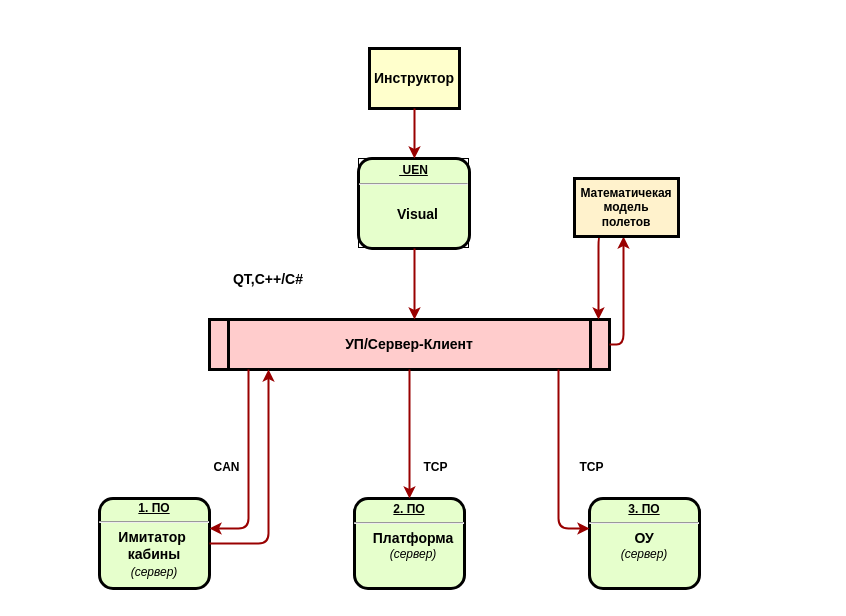
Before: Untitled Diagram.drawio in Khalmatay/black-hole2, a draw.io diagram. Source tidied: cells renumbered, new cells numbered last; positions are measured from the earlier drawing's top-left corner, leaving out a move shared by most shapes. Both pictures are drawn from the tidied source at 100%, with x=0, y=0 at pixel (99, 48).
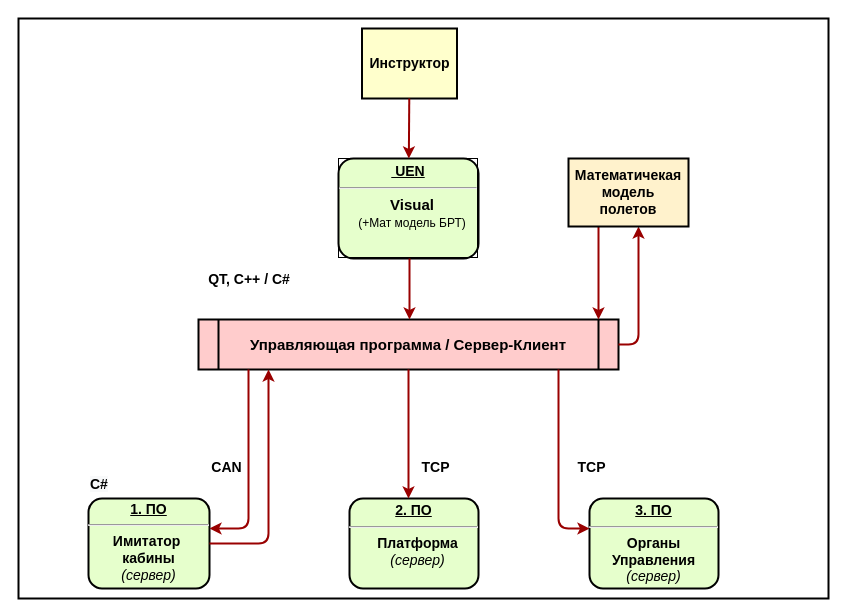
Above is the later version.

Diff of the diagram source:
```diff
@@
-    <mxCell id="2" value="&lt;p style=&quot;margin: 0px; margin-top: 4px; text-align: center; text-decoration: underline;&quot;&gt;&lt;strong&gt;&amp;nbsp;UEN&lt;/strong&gt;&lt;/p&gt;&lt;hr&gt;&lt;p style=&quot;margin: 0px; margin-left: 8px;&quot;&gt;&lt;br&gt;&lt;/p&gt;&lt;p style=&quot;margin: 0px; margin-left: 8px;&quot;&gt;&lt;span style=&quot;font-size: 14px;&quot;&gt;Visual&lt;/span&gt;&lt;br&gt;&lt;/p&gt;" style="verticalAlign=middle;align=center;overflow=fill;fontSize=12;fontFamily=Helvetica;html=1;rounded=1;fontStyle=1;strokeWidth=3;fillColor=#E6FFCC;spacingLeft=0;labelBorderColor=default;" parent="1" vertex="1">
-      <mxGeometry x="259" y="110" width="111" height="90" as="geometry" />
+    <mxCell id="2" value="&lt;p style=&quot;margin: 4px 0px 0px; text-align: center; text-decoration: underline; font-size: 14px;&quot;&gt;&lt;strong style=&quot;font-size: 14px;&quot;&gt;&amp;nbsp;UEN&lt;/strong&gt;&lt;/p&gt;&lt;hr style=&quot;font-size: 14px;&quot;&gt;&lt;p style=&quot;margin: 0px 0px 0px 8px;&quot;&gt;&lt;span style=&quot;background-color: initial;&quot;&gt;&lt;font style=&quot;font-size: 15px;&quot;&gt;Visual&lt;/font&gt;&lt;/span&gt;&lt;br style=&quot;font-size: 14px;&quot;&gt;&lt;/p&gt;&lt;p style=&quot;margin: 0px 0px 0px 8px;&quot;&gt;&lt;span style=&quot;background-color: initial; font-weight: normal;&quot;&gt;&lt;font style=&quot;font-size: 12px;&quot;&gt;(+Мат модель БРТ)&lt;/font&gt;&lt;/span&gt;&lt;br&gt;&lt;/p&gt;&lt;p style=&quot;margin: 0px 0px 0px 8px; font-size: 13px;&quot;&gt;&lt;span style=&quot;&quot;&gt;&lt;br style=&quot;font-size: 14px;&quot;&gt;&lt;/span&gt;&lt;/p&gt;" style="verticalAlign=middle;align=center;overflow=fill;fontSize=14;fontFamily=Helvetica;html=1;rounded=1;fontStyle=1;strokeWidth=2;fillColor=#E6FFCC;spacingLeft=0;labelBorderColor=default;spacing=1;" parent="1" vertex="1">
+      <mxGeometry x="239" y="110" width="140" height="100" as="geometry" />
     </mxCell>
-    <mxCell id="3" value="Инструктор" style="whiteSpace=wrap;align=center;verticalAlign=middle;fontStyle=1;strokeWidth=3;fillColor=#FFFFCC;fontSize=14;" parent="1" vertex="1">
-      <mxGeometry x="270" width="90" height="60" as="geometry" />
+    <mxCell id="3" value="Инструктор" style="whiteSpace=wrap;align=center;verticalAlign=middle;fontStyle=1;strokeWidth=2;fillColor=#FFFFCC;fontSize=14;spacing=1;" parent="1" vertex="1">
+      <mxGeometry x="262.5" y="-20" width="95" height="70" as="geometry" />
     </mxCell>
-    <mxCell id="4" value="УП/Сервер-Клиент" style="shape=process;whiteSpace=wrap;align=center;verticalAlign=middle;size=0.0475;fontStyle=1;strokeWidth=3;fillColor=#FFCCCC;fontSize=14;" parent="1" vertex="1">
-      <mxGeometry x="110" y="271" width="400" height="50" as="geometry" />
+    <mxCell id="4" value="Управляющая программа / Сервер-Клиент" style="shape=process;whiteSpace=wrap;align=center;verticalAlign=middle;size=0.0475;fontStyle=1;strokeWidth=2;fillColor=#FFCCCC;fontSize=15;spacing=1;" parent="1" vertex="1">
+      <mxGeometry x="99" y="271" width="420" height="50" as="geometry" />
     </mxCell>
-    <mxCell id="5" value="&lt;p style=&quot;margin: 0px; margin-top: 4px; text-align: center; text-decoration: underline;&quot;&gt;&lt;strong&gt;3. ПО&lt;br&gt;&lt;/strong&gt;&lt;/p&gt;&lt;hr&gt;&lt;p style=&quot;margin: 0px; margin-left: 8px;&quot;&gt;&lt;/p&gt;&lt;div style=&quot;&quot;&gt;&lt;span style=&quot;background-color: initial; font-size: 14px;&quot;&gt;ОУ&lt;/span&gt;&lt;/div&gt;&lt;i style=&quot;background-color: initial; font-weight: normal;&quot;&gt;&lt;div style=&quot;&quot;&gt;&lt;i style=&quot;background-color: initial;&quot;&gt;(сервер)&lt;/i&gt;&lt;/div&gt;&lt;/i&gt;&lt;p&gt;&lt;/p&gt;" style="verticalAlign=middle;align=center;overflow=fill;fontSize=12;fontFamily=Helvetica;html=1;rounded=1;fontStyle=1;strokeWidth=3;fillColor=#E6FFCC;" parent="1" vertex="1">
-      <mxGeometry x="490" y="450" width="110" height="90" as="geometry" />
+    <mxCell id="5" value="&lt;p style=&quot;margin: 4px 0px 0px; text-align: center; text-decoration: underline; font-size: 14px;&quot;&gt;&lt;strong style=&quot;font-size: 14px;&quot;&gt;3. ПО&lt;br style=&quot;font-size: 14px;&quot;&gt;&lt;/strong&gt;&lt;/p&gt;&lt;hr style=&quot;font-size: 14px;&quot;&gt;&lt;p style=&quot;margin: 0px 0px 0px 8px; font-size: 14px;&quot;&gt;&lt;/p&gt;&lt;div style=&quot;font-size: 14px;&quot;&gt;&lt;span style=&quot;background-color: initial; font-size: 14px;&quot;&gt;Органы&lt;/span&gt;&lt;/div&gt;&lt;div style=&quot;font-size: 14px;&quot;&gt;&lt;span style=&quot;background-color: initial; font-size: 14px;&quot;&gt;Управления&lt;/span&gt;&lt;/div&gt;&lt;i style=&quot;background-color: initial; font-weight: normal; font-size: 14px;&quot;&gt;&lt;div style=&quot;font-size: 14px;&quot;&gt;&lt;i style=&quot;background-color: initial; font-size: 14px;&quot;&gt;(сервер)&lt;/i&gt;&lt;/div&gt;&lt;/i&gt;&lt;p style=&quot;font-size: 14px;&quot;&gt;&lt;/p&gt;" style="verticalAlign=middle;align=center;overflow=fill;fontSize=14;fontFamily=Helvetica;html=1;rounded=1;fontStyle=1;strokeWidth=2;fillColor=#E6FFCC;spacing=1;" parent="1" vertex="1">
+      <mxGeometry x="490" y="450" width="129" height="90" as="geometry" />
     </mxCell>
-    <mxCell id="6" value="&lt;p style=&quot;margin: 4px 0px 0px; text-align: center; text-decoration: underline; line-height: 1.1;&quot;&gt;&lt;strong&gt;1. ПО&lt;br&gt;&lt;/strong&gt;&lt;/p&gt;&lt;hr&gt;&lt;font style=&quot;&quot;&gt;&lt;span style=&quot;font-size: 14px;&quot;&gt;Имитатор&amp;nbsp;&lt;/span&gt;&lt;br&gt;&lt;span style=&quot;font-size: 14px; background-color: initial;&quot;&gt;кабины&lt;br&gt;&lt;/span&gt;&lt;i style=&quot;font-size: 12px; font-weight: normal; background-color: initial;&quot;&gt;(сервер)&lt;/i&gt;&lt;span style=&quot;font-size: 14px; background-color: initial;&quot;&gt;&lt;br&gt;&lt;/span&gt;&lt;/font&gt;" style="verticalAlign=middle;align=center;overflow=fill;fontSize=12;fontFamily=Helvetica;html=1;rounded=1;fontStyle=1;strokeWidth=3;fillColor=#E6FFCC;" parent="1" vertex="1">
-      <mxGeometry y="450" width="110" height="90" as="geometry" />
+    <mxCell id="6" value="&lt;p style=&quot;margin: 4px 0px 0px; text-align: center; text-decoration: underline; line-height: 1.1; font-size: 14px;&quot;&gt;&lt;strong style=&quot;font-size: 14px;&quot;&gt;1. ПО&lt;br style=&quot;font-size: 14px;&quot;&gt;&lt;/strong&gt;&lt;/p&gt;&lt;hr style=&quot;font-size: 14px;&quot;&gt;&lt;font style=&quot;font-size: 14px;&quot;&gt;&lt;span style=&quot;font-size: 14px;&quot;&gt;Имитатор&amp;nbsp;&lt;/span&gt;&lt;br style=&quot;font-size: 14px;&quot;&gt;&lt;span style=&quot;font-size: 14px; background-color: initial;&quot;&gt;кабины&lt;br style=&quot;font-size: 14px;&quot;&gt;&lt;/span&gt;&lt;i style=&quot;font-size: 14px; font-weight: normal; background-color: initial;&quot;&gt;(сервер)&lt;/i&gt;&lt;span style=&quot;font-size: 14px; background-color: initial;&quot;&gt;&lt;br style=&quot;font-size: 14px;&quot;&gt;&lt;/span&gt;&lt;/font&gt;" style="verticalAlign=middle;align=center;overflow=fill;fontSize=14;fontFamily=Helvetica;html=1;rounded=1;fontStyle=1;strokeWidth=2;fillColor=#E6FFCC;spacing=1;" parent="1" vertex="1">
+      <mxGeometry x="-11" y="450" width="121" height="90" as="geometry" />
     </mxCell>
-    <mxCell id="7" style="edgeStyle=none;noEdgeStyle=1;strokeColor=#990000;strokeWidth=2;" parent="1" edge="1" source="3" target="2">
-      <mxGeometry relative="1" as="geometry">
-        <Array as="points">
-          <mxPoint x="315" y="100" />
-        </Array>
-      </mxGeometry>
+    <mxCell id="7" style="edgeStyle=none;noEdgeStyle=1;strokeColor=#990000;strokeWidth=2;spacing=1;fontSize=14;" parent="1" edge="1" source="3" target="2">
+      <mxGeometry relative="1" as="geometry" />
     </mxCell>
-    <mxCell id="8" value="&lt;p style=&quot;margin: 0px; margin-top: 4px; text-align: center; text-decoration: underline;&quot;&gt;&lt;strong&gt;2. ПО&lt;/strong&gt;&lt;/p&gt;&lt;hr&gt;&lt;p style=&quot;margin: 0px; margin-left: 8px;&quot;&gt;&lt;span style=&quot;background-color: initial; font-size: 14px;&quot;&gt;Платформа&lt;br&gt;&lt;/span&gt;&lt;i style=&quot;background-color: initial; font-weight: normal;&quot;&gt;(сервер)&lt;/i&gt;&lt;br&gt;&lt;/p&gt;" style="verticalAlign=middle;align=center;overflow=fill;fontSize=12;fontFamily=Helvetica;html=1;rounded=1;fontStyle=1;strokeWidth=3;fillColor=#E6FFCC;" parent="1" vertex="1">
-      <mxGeometry x="255" y="450" width="110" height="90" as="geometry" />
+    <mxCell id="8" value="&lt;p style=&quot;margin: 4px 0px 0px; text-align: center; text-decoration: underline; font-size: 14px;&quot;&gt;&lt;strong style=&quot;font-size: 14px;&quot;&gt;2. ПО&lt;/strong&gt;&lt;/p&gt;&lt;hr style=&quot;font-size: 14px;&quot;&gt;&lt;p style=&quot;margin: 0px 0px 0px 8px; font-size: 14px;&quot;&gt;&lt;span style=&quot;background-color: initial; font-size: 14px;&quot;&gt;Платформа&lt;br style=&quot;font-size: 14px;&quot;&gt;&lt;/span&gt;&lt;i style=&quot;background-color: initial; font-weight: normal; font-size: 14px;&quot;&gt;(сервер)&lt;/i&gt;&lt;br style=&quot;font-size: 14px;&quot;&gt;&lt;/p&gt;" style="verticalAlign=middle;align=center;overflow=fill;fontSize=14;fontFamily=Helvetica;html=1;rounded=1;fontStyle=1;strokeWidth=2;fillColor=#E6FFCC;spacing=1;" parent="1" vertex="1">
+      <mxGeometry x="250" y="450" width="129" height="90" as="geometry" />
     </mxCell>
-    <mxCell id="9" style="edgeStyle=elbowEdgeStyle;elbow=horizontal;strokeColor=#990000;strokeWidth=2;" parent="1" edge="1" source="2" target="4">
+    <mxCell id="9" style="edgeStyle=elbowEdgeStyle;elbow=horizontal;strokeColor=#990000;strokeWidth=2;spacing=1;fontSize=14;" parent="1" edge="1" source="2" target="4">
       <mxGeometry relative="1" as="geometry">
         <Array as="points">
+          <mxPoint x="310" y="230" />
           <mxPoint x="315" y="220" />
           <mxPoint x="189" y="240" />
         </Array>
       </mxGeometry>
     </mxCell>
-    <mxCell id="10" style="edgeStyle=elbowEdgeStyle;elbow=horizontal;strokeColor=#990000;strokeWidth=2;exitX=0.25;exitY=1;exitDx=0;exitDy=0;" parent="1" edge="1" source="20" target="4">
+    <mxCell id="10" style="edgeStyle=elbowEdgeStyle;elbow=horizontal;strokeColor=#990000;strokeWidth=2;exitX=0.25;exitY=1;exitDx=0;exitDy=0;spacing=1;fontSize=14;" parent="1" edge="1" source="20" target="4">
       <mxGeometry relative="1" as="geometry">
         <Array as="points">
+          <mxPoint x="499" y="230" />
           <mxPoint x="499" y="250" />
           <mxPoint x="489" y="230" />
           <mxPoint x="479" y="240" />
         </Array>
       </mxGeometry>
     </mxCell>
-    <mxCell id="11" style="edgeStyle=elbowEdgeStyle;elbow=horizontal;strokeColor=#990000;strokeWidth=2;" parent="1" edge="1" source="4" target="5">
+    <mxCell id="11" style="edgeStyle=elbowEdgeStyle;elbow=horizontal;strokeColor=#990000;strokeWidth=2;spacing=1;fontSize=14;" parent="1" edge="1" source="4" target="5">
       <mxGeometry relative="1" as="geometry">
         <Array as="points">
           <mxPoint x="459" y="480" />
           <mxPoint x="449" y="480" />
           <mxPoint x="479" y="480" />
           <mxPoint x="469" y="410" />
           <mxPoint x="479" y="480" />
           <mxPoint x="469" y="360" />
         </Array>
       </mxGeometry>
     </mxCell>
-    <mxCell id="12" style="edgeStyle=elbowEdgeStyle;elbow=horizontal;strokeColor=#990000;strokeWidth=2;" parent="1" edge="1" source="4" target="8">
+    <mxCell id="12" style="edgeStyle=elbowEdgeStyle;elbow=horizontal;strokeColor=#990000;strokeWidth=2;spacing=1;fontSize=14;" parent="1" edge="1" source="4" target="8">
       <mxGeometry relative="1" as="geometry">
         <Array as="points">
+          <mxPoint x="309" y="340" />
+          <mxPoint x="319" y="370" />
           <mxPoint x="310" y="410" />
           <mxPoint x="299" y="410" />
           <mxPoint x="299" y="340" />
           <mxPoint x="289" y="400" />
           <mxPoint x="299" y="350" />
         </Array>
       </mxGeometry>
     </mxCell>
-    <mxCell id="13" value="CAN" style="text;spacingTop=-5;align=center;fontStyle=1;" parent="1" vertex="1">
+    <mxCell id="13" value="CAN" style="text;spacingTop=-5;align=center;fontStyle=1;fontSize=14;spacing=1;strokeWidth=2;" parent="1" vertex="1">
       <mxGeometry x="110" y="410" width="35" height="20" as="geometry" />
     </mxCell>
-    <mxCell id="14" style="edgeStyle=elbowEdgeStyle;elbow=horizontal;strokeColor=#990000;strokeWidth=2;" parent="1" edge="1" source="4" target="6">
+    <mxCell id="14" style="edgeStyle=elbowEdgeStyle;elbow=horizontal;strokeColor=#990000;strokeWidth=2;spacing=1;fontSize=14;" parent="1" edge="1" source="4" target="6">
       <mxGeometry relative="1" as="geometry">
         <Array as="points">
           <mxPoint x="149" y="480" />
           <mxPoint x="109" y="480" />
           <mxPoint x="149" y="390" />
           <mxPoint x="139" y="510" />
           <mxPoint x="129" y="490" />
           <mxPoint x="139" y="450" />
           <mxPoint x="149" y="370" />
           <mxPoint x="159" y="350" />
         </Array>
       </mxGeometry>
     </mxCell>
-    <mxCell id="15" style="edgeStyle=elbowEdgeStyle;elbow=horizontal;strokeColor=#990000;strokeWidth=2;" parent="1" edge="1" source="6" target="4">
+    <mxCell id="15" style="edgeStyle=elbowEdgeStyle;elbow=horizontal;strokeColor=#990000;strokeWidth=2;spacing=1;fontSize=14;" parent="1" edge="1" source="6" target="4">
       <mxGeometry relative="1" as="geometry">
         <Array as="points">
           <mxPoint x="169" y="420" />
           <mxPoint x="159" y="490" />
           <mxPoint x="179" y="480" />
           <mxPoint x="119" y="350" />
           <mxPoint x="109" y="470" />
           <mxPoint x="119" y="460" />
           <mxPoint x="129" y="370" />
           <mxPoint x="139" y="350" />
         </Array>
       </mxGeometry>
     </mxCell>
-    <mxCell id="16" value="QT,C++/C#" style="text;spacingTop=7;align=center;labelBackgroundColor=none;labelBorderColor=none;fontStyle=1;spacing=1;perimeterSpacing=0;strokeWidth=1;fontSize=14;" parent="1" vertex="1">
-      <mxGeometry x="129" y="210" width="80" height="40" as="geometry" />
+    <mxCell id="16" value="QT, C++ / C#" style="text;spacingTop=7;align=center;labelBackgroundColor=none;labelBorderColor=none;fontStyle=1;spacing=1;perimeterSpacing=0;strokeWidth=2;fontSize=14;" parent="1" vertex="1">
+      <mxGeometry x="110" y="210" width="80" height="40" as="geometry" />
     </mxCell>
-    <mxCell id="17" value="TCP" style="text;spacingTop=-5;align=center;fontStyle=1;" parent="1" vertex="1">
+    <mxCell id="17" value="TCP" style="text;spacingTop=-5;align=center;fontStyle=1;fontSize=14;spacing=1;strokeWidth=2;" parent="1" vertex="1">
       <mxGeometry x="319" y="410" width="35" height="20" as="geometry" />
     </mxCell>
-    <mxCell id="18" value="TCP" style="text;spacingTop=-5;align=center;fontStyle=1;" parent="1" vertex="1">
+    <mxCell id="18" value="TCP" style="text;spacingTop=-5;align=center;fontStyle=1;fontSize=14;spacing=1;strokeWidth=2;" parent="1" vertex="1">
       <mxGeometry x="475" y="410" width="35" height="20" as="geometry" />
     </mxCell>
-    <mxCell id="19" style="edgeStyle=elbowEdgeStyle;elbow=horizontal;strokeColor=#990000;strokeWidth=2;exitX=1;exitY=0.5;exitDx=0;exitDy=0;" parent="1" edge="1" source="4" target="20">
+    <mxCell id="19" style="edgeStyle=elbowEdgeStyle;elbow=horizontal;strokeColor=#990000;strokeWidth=2;exitX=1;exitY=0.5;exitDx=0;exitDy=0;spacing=1;fontSize=14;" parent="1" edge="1" source="4" target="20">
       <mxGeometry relative="1" as="geometry">
         <Array as="points">
+          <mxPoint x="539" y="240" />
+          <mxPoint x="559" y="240" />
+          <mxPoint x="539" y="250" />
           <mxPoint x="524" y="260" />
           <mxPoint x="529" y="270" />
           <mxPoint x="539" y="260" />
           <mxPoint x="559" y="290" />
           <mxPoint x="618" y="356" />
           <mxPoint x="638" y="346" />
           <mxPoint x="578" y="216" />
           <mxPoint x="568" y="336" />
           <mxPoint x="578" y="326" />
           <mxPoint x="588" y="236" />
           <mxPoint x="598" y="216" />
         </Array>
       </mxGeometry>
     </mxCell>
-    <mxCell id="20" value="Математичекая&#10;модель&#10;полетов" style="whiteSpace=wrap;align=center;verticalAlign=middle;fontStyle=1;strokeWidth=3;fillColor=#fff2cc;strokeColor=#000000;labelBackgroundColor=none;labelBorderColor=none;" parent="1" vertex="1">
-      <mxGeometry x="475" y="130" width="104" height="58" as="geometry" />
+    <mxCell id="20" value="Математичекая&#10;модель&#10;полетов" style="whiteSpace=wrap;align=center;verticalAlign=middle;fontStyle=1;strokeWidth=2;fillColor=#fff2cc;strokeColor=#000000;labelBackgroundColor=none;labelBorderColor=none;spacing=1;fontSize=14;" parent="1" vertex="1">
+      <mxGeometry x="469" y="110" width="120" height="68" as="geometry" />
     </mxCell>
-    <mxCell id="21" style="edgeStyle=orthogonalEdgeStyle;rounded=0;orthogonalLoop=1;jettySize=auto;html=1;exitX=0.5;exitY=1;exitDx=0;exitDy=0;fontSize=14;" parent="1" edge="1" source="20" target="20">
+    <mxCell id="21" style="edgeStyle=orthogonalEdgeStyle;rounded=0;orthogonalLoop=1;jettySize=auto;html=1;exitX=0.5;exitY=1;exitDx=0;exitDy=0;fontSize=14;spacing=1;strokeWidth=2;" parent="1" edge="1" source="20" target="20">
       <mxGeometry relative="1" as="geometry" />
     </mxCell>
+    <mxCell id="22" value="&lt;span style=&quot;color: rgb(0, 0, 0); font-family: Helvetica; font-size: 14px; font-style: normal; font-variant-ligatures: normal; font-variant-caps: normal; font-weight: 700; letter-spacing: normal; orphans: 2; text-align: center; text-indent: 0px; text-transform: none; widows: 2; word-spacing: 0px; -webkit-text-stroke-width: 0px; background-color: rgb(248, 249, 250); text-decoration-thickness: initial; text-decoration-style: initial; text-decoration-color: initial; float: none; display: inline !important;&quot;&gt;C#&lt;/span&gt;" style="text;whiteSpace=wrap;html=1;fontSize=15;" parent="1" vertex="1">
+      <mxGeometry x="-11" y="420" width="50" height="40" as="geometry" />
+    </mxCell>
+    <mxCell id="23" style="rounded=0;whiteSpace=wrap;html=1;shadow=0;labelBackgroundColor=none;labelBorderColor=none;fontSize=15;strokeColor=#000000;strokeWidth=2;fillColor=none;" parent="1" vertex="1">
+      <mxGeometry x="-81" y="-30" width="810" height="580" as="geometry" />
+    </mxCell>
```
